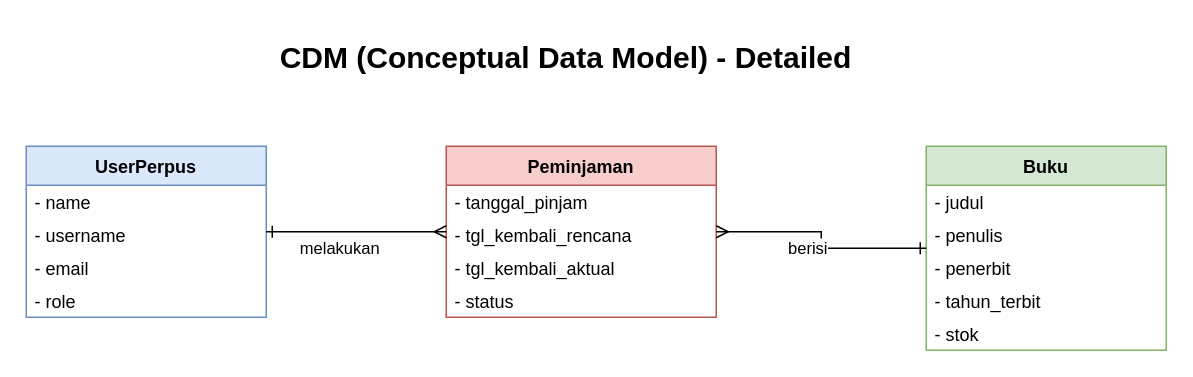
This is cdm_perpus.drawio.xml from AdityaWijayaPutra30/Tugas-Akhir-DPW, a draw.io file, before an edit. Source tidied: cells renumbered, new cells numbered last; positions are measured from the earlier drawing's top-left corner, leaving out a move shared by most shapes. Both pictures are drawn from the tidied source at 150%, with x=0, y=0 at pixel (26, 26).
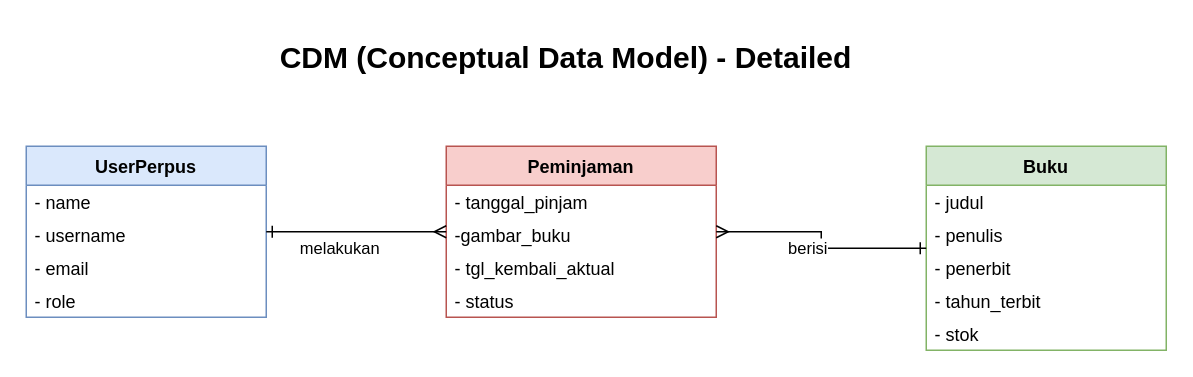
Above is the later version.

Unchanged cells that the change refers to:
```xml
<mxCell id="8" value="Peminjaman" style="swimlane;fontStyle=1;align=center;verticalAlign=top;horizontal=1;startSize=26;fillColor=#f8cecc;strokeColor=#b85450;" parent="1" vertex="1">
  <mxGeometry x="280" y="80" width="180" height="114" as="geometry" />
</mxCell>
```

The edit, as a diff of the source:
```diff
@@
-    <mxCell id="10" value="- tgl_kembali_rencana" style="text;strokeColor=none;fillColor=none;align=left;verticalAlign=middle;spacingLeft=4;spacingRight=4;overflow=hidden;" parent="8" vertex="1">
+    <mxCell id="10" value="-gambar_buku" style="text;strokeColor=none;fillColor=none;align=left;verticalAlign=middle;spacingLeft=4;spacingRight=4;overflow=hidden;" parent="8" vertex="1">
       <mxGeometry y="48" width="180" height="22" as="geometry" />
     </mxCell>
```
